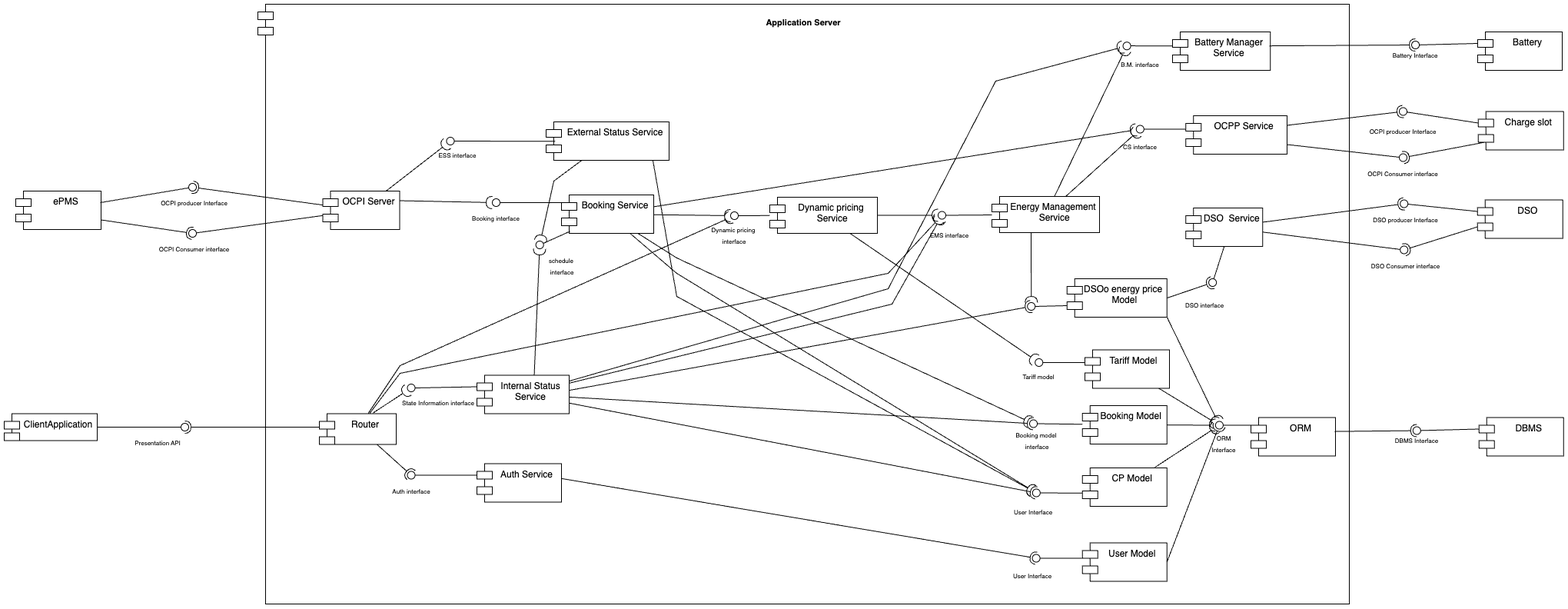
Before: DD_CPMS/images/component_diagrams/component_diagram.png, a diagram exported from draw.io (FredBonux/BonoCipollone). Source tidied: cells renumbered, new cells last; positions are measured from the earlier drawing's top-left corner, leaving out a move shared by most shapes.
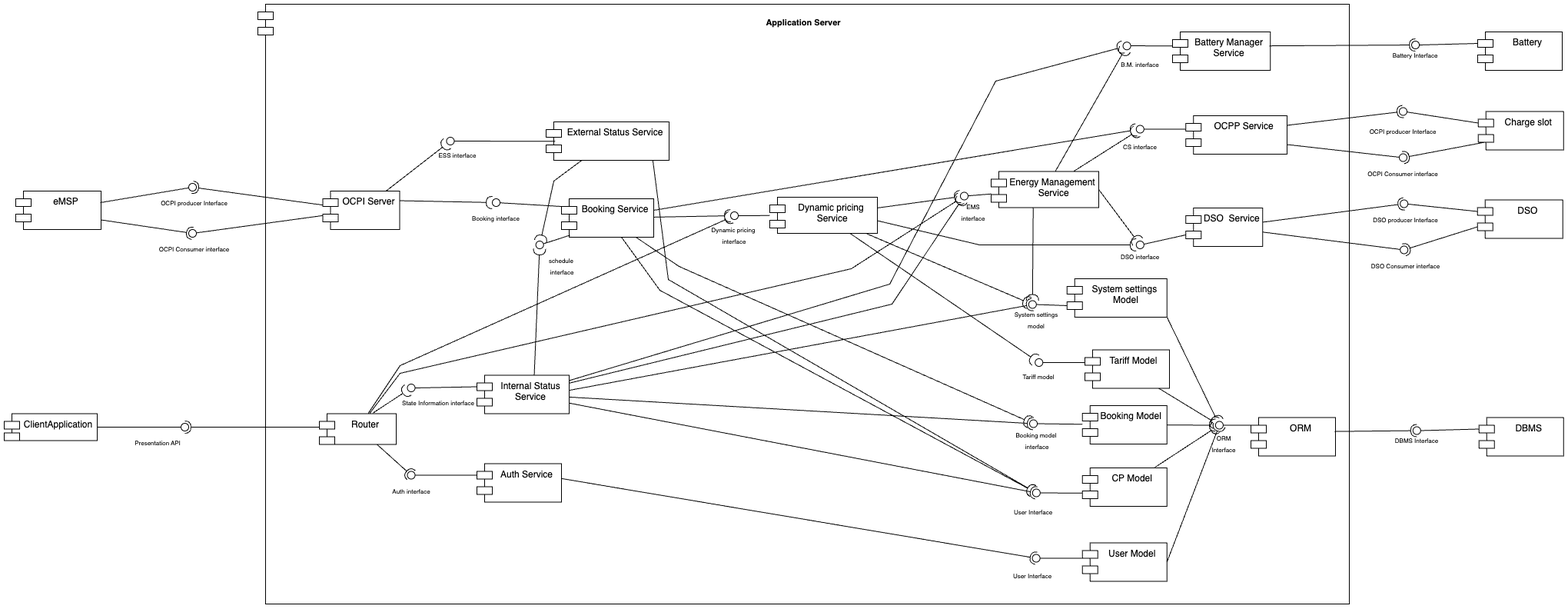
Above is the later version.

Change to the diagram source:
```diff
@@ -9,7 +9,7 @@
       <mxGeometry relative="1" as="geometry">
         <Array as="points">
           <mxPoint x="515" y="480" />
-          <mxPoint x="1150" y="350" />
+          <mxPoint x="1102" y="344" />
         </Array>
       </mxGeometry>
     </mxCell>
@@ -49,7 +49,7 @@
     <mxCell id="13" value="OCPI Server" style="shape=module;align=left;spacingLeft=20;align=center;verticalAlign=top;" parent="1" vertex="1">
       <mxGeometry x="414.5" y="243" width="100" height="50" as="geometry" />
     </mxCell>
-    <mxCell id="14" value="ePMS" style="shape=module;align=left;spacingLeft=20;align=center;verticalAlign=top;" parent="1" vertex="1">
+    <mxCell id="14" value="eMSP&#10;" style="shape=module;align=left;spacingLeft=20;align=center;verticalAlign=top;" parent="1" vertex="1">
       <mxGeometry x="15" y="243" width="111" height="50" as="geometry" />
     </mxCell>
     <mxCell id="15" style="rounded=0;jettySize=auto;html=1;endArrow=none;endFill=0;sketch=0;sourcePerimeterSpacing=0;targetPerimeterSpacing=0;fontSize=8;" parent="1" edge="1" target="17">
@@ -180,7 +180,7 @@
     <mxCell id="54" style="edgeStyle=none;rounded=0;jettySize=auto;html=1;fontSize=11;startArrow=none;startFill=0;endArrow=halfCircle;endFill=0;" parent="1" edge="1" source="55" target="141">
       <mxGeometry relative="1" as="geometry">
         <Array as="points">
-          <mxPoint x="1150" y="370" />
+          <mxPoint x="1152" y="364" />
           <mxPoint x="1290" y="100" />
         </Array>
       </mxGeometry>
@@ -253,7 +253,7 @@
     <mxCell id="76" style="edgeStyle=none;rounded=0;orthogonalLoop=1;jettySize=auto;html=1;exitX=0.75;exitY=1;exitDx=0;exitDy=0;fontSize=8;endArrow=none;endFill=0;" parent="1" edge="1" source="67" target="67">
       <mxGeometry relative="1" as="geometry" />
     </mxCell>
-    <mxCell id="77" value="DSOo energy price &#10;Model" style="shape=module;align=left;spacingLeft=20;align=center;verticalAlign=top;" parent="1" vertex="1">
+    <mxCell id="77" value="System settings&#10; Model" style="shape=module;align=left;spacingLeft=20;align=center;verticalAlign=top;" parent="1" vertex="1">
       <mxGeometry x="1382.8" y="357" width="130" height="50" as="geometry" />
     </mxCell>
     <mxCell id="78" style="rounded=0;jettySize=auto;html=1;endArrow=none;endFill=0;sketch=0;sourcePerimeterSpacing=0;targetPerimeterSpacing=0;exitX=0;exitY=0;exitDx=0;exitDy=35;exitPerimeter=0;" parent="1" edge="1" source="77" target="80">
@@ -263,15 +263,12 @@
       <mxGeometry relative="1" as="geometry" />
     </mxCell>
     <mxCell id="80" style="ellipse;whiteSpace=wrap;html=1;align=center;points=[];outlineConnect=0;sketch=0;" parent="1" vertex="1">
-      <mxGeometry x="1331.2" y="388" width="10" height="10" as="geometry" />
+      <mxGeometry x="1332.8" y="385.5" width="10" height="10" as="geometry" />
     </mxCell>
-    <mxCell id="81" style="rounded=0;jettySize=auto;html=1;endArrow=halfCircle;endFill=0;entryX=0.5;entryY=0.5;endSize=6;strokeWidth=1;sketch=0;exitX=1;exitY=0.5;exitDx=0;exitDy=0;" parent="1" edge="1" source="77" target="82">
-      <mxGeometry relative="1" as="geometry" />
-    </mxCell>
     <mxCell id="82" style="ellipse;whiteSpace=wrap;html=1;align=center;points=[];outlineConnect=0;sketch=0;" parent="1" vertex="1">
-      <mxGeometry x="1567.1" y="357" width="10" height="10" as="geometry" />
+      <mxGeometry x="1472.8" y="308" width="10" height="10" as="geometry" />
     </mxCell>
-    <mxCell id="83" style="endArrow=none;html=1;rounded=0;fontSize=8;exitX=0.5;exitY=1;exitDx=0;exitDy=0;" parent="1" edge="1" source="66" target="82">
+    <mxCell id="83" style="endArrow=none;html=1;rounded=0;fontSize=8;exitX=0;exitY=0;exitDx=0;exitDy=35;exitPerimeter=0;" parent="1" edge="1" source="66" target="82">
       <mxGeometry relative="1" as="geometry" />
     </mxCell>
     <mxCell id="84" value="Booking Model " style="shape=module;align=left;spacingLeft=20;align=center;verticalAlign=top;" parent="1" vertex="1">
@@ -292,14 +289,14 @@
     <mxCell id="89" style="edgeStyle=none;rounded=0;jettySize=auto;html=1;fontSize=8;endArrow=halfCircle;endFill=0;" parent="1" edge="1" source="92" target="87">
       <mxGeometry relative="1" as="geometry">
         <Array as="points">
-          <mxPoint x="875" y="330" />
+          <mxPoint x="878" y="341" />
         </Array>
       </mxGeometry>
     </mxCell>
     <mxCell id="90" style="edgeStyle=none;rounded=0;jettySize=auto;html=1;fontSize=8;endArrow=halfCircle;endFill=0;" parent="1" edge="1" source="92" target="63">
       <mxGeometry relative="1" as="geometry">
         <Array as="points">
-          <mxPoint x="875" y="350" />
+          <mxPoint x="853" y="372" />
         </Array>
       </mxGeometry>
     </mxCell>
@@ -307,7 +304,7 @@
       <mxGeometry relative="1" as="geometry" />
     </mxCell>
     <mxCell id="92" value="Booking Service" style="shape=module;align=left;spacingLeft=20;align=center;verticalAlign=top;" parent="1" vertex="1">
-      <mxGeometry x="725" y="248" width="120" height="50" as="geometry" />
+      <mxGeometry x="725" y="253" width="120" height="50" as="geometry" />
     </mxCell>
     <mxCell id="93" style="rounded=0;jettySize=auto;html=1;endArrow=none;endFill=0;sketch=0;sourcePerimeterSpacing=0;targetPerimeterSpacing=0;exitX=-0.004;exitY=0.2;exitDx=0;exitDy=0;exitPerimeter=0;" parent="1" edge="1" source="92" target="94">
       <mxGeometry relative="1" as="geometry" />
@@ -357,12 +354,10 @@
       <mxGeometry x="1442.8" y="180" width="70" height="10" as="geometry" />
     </mxCell>
     <mxCell id="108" value="&lt;span style=&quot;font-size: 8px;&quot;&gt;DSO interface&lt;/span&gt;" style="text;html=1;strokeColor=none;fillColor=none;align=center;verticalAlign=middle;whiteSpace=wrap;rounded=0;" parent="1" vertex="1">
-      <mxGeometry x="1527.4" y="385.5" width="70" height="10" as="geometry" />
+      <mxGeometry x="1442.7" y="323" width="70" height="10" as="geometry" />
     </mxCell>
-    <mxCell id="109" style="edgeStyle=none;rounded=0;jettySize=auto;html=1;fontSize=8;startArrow=none;startFill=0;endArrow=halfCircle;endFill=0;" parent="1" edge="1" target="80">
-      <mxGeometry relative="1" as="geometry">
-        <mxPoint x="1336" y="297" as="sourcePoint" />
-      </mxGeometry>
+    <mxCell id="109" style="edgeStyle=none;rounded=0;jettySize=auto;html=1;fontSize=8;startArrow=none;startFill=0;endArrow=halfCircle;endFill=0;exitX=0.391;exitY=0.978;exitDx=0;exitDy=0;exitPerimeter=0;" parent="1" edge="1" source="112" target="80">
+      <mxGeometry relative="1" as="geometry" />
     </mxCell>
     <mxCell id="110" style="edgeStyle=none;rounded=0;jettySize=auto;html=1;fontSize=8;startArrow=none;startFill=0;endArrow=halfCircle;endFill=0;" parent="1" edge="1" source="112" target="105">
       <mxGeometry relative="1" as="geometry" />
@@ -371,16 +366,16 @@
       <mxGeometry relative="1" as="geometry" />
     </mxCell>
     <mxCell id="112" value="Energy Management&#10; Service" style="shape=module;align=left;spacingLeft=20;align=center;verticalAlign=top;" parent="1" vertex="1">
-      <mxGeometry x="1285" y="250" width="140" height="47" as="geometry" />
+      <mxGeometry x="1284" y="217.5" width="140" height="47" as="geometry" />
     </mxCell>
     <mxCell id="113" style="rounded=0;jettySize=auto;html=1;endArrow=none;endFill=0;sketch=0;sourcePerimeterSpacing=0;targetPerimeterSpacing=0;" parent="1" edge="1" source="112" target="114">
       <mxGeometry relative="1" as="geometry" />
     </mxCell>
     <mxCell id="114" style="ellipse;whiteSpace=wrap;html=1;align=center;points=[];outlineConnect=0;sketch=0;" parent="1" vertex="1">
-      <mxGeometry x="1215" y="269.5" width="10" height="10" as="geometry" />
+      <mxGeometry x="1244" y="244.5" width="10" height="10" as="geometry" />
     </mxCell>
-    <mxCell id="115" value="&lt;font style=&quot;font-size: 8px;&quot;&gt;EMS interface&lt;/font&gt;" style="text;html=1;strokeColor=none;fillColor=none;align=center;verticalAlign=middle;whiteSpace=wrap;rounded=0;" parent="1" vertex="1">
-      <mxGeometry x="1195" y="295" width="70" height="10" as="geometry" />
+    <mxCell id="115" value="&lt;font style=&quot;font-size: 8px;&quot;&gt;EMS &lt;br&gt;interface&lt;/font&gt;" style="text;html=1;strokeColor=none;fillColor=none;align=center;verticalAlign=middle;whiteSpace=wrap;rounded=0;" parent="1" vertex="1">
+      <mxGeometry x="1226" y="265" width="70" height="10" as="geometry" />
     </mxCell>
     <mxCell id="116" style="edgeStyle=none;rounded=0;jettySize=auto;html=1;fontSize=8;startArrow=none;startFill=0;endArrow=halfCircle;endFill=0;" parent="1" edge="1" source="118" target="97">
       <mxGeometry relative="1" as="geometry">
@@ -392,7 +387,7 @@
     <mxCell id="117" style="edgeStyle=none;rounded=0;jettySize=auto;html=1;fontSize=8;startArrow=none;startFill=0;endArrow=halfCircle;endFill=0;exitX=0.867;exitY=0.978;exitDx=0;exitDy=0;exitPerimeter=0;" parent="1" edge="1" source="118" target="63">
       <mxGeometry relative="1" as="geometry">
         <Array as="points">
-          <mxPoint x="875" y="380" />
+          <mxPoint x="864" y="358" />
         </Array>
       </mxGeometry>
     </mxCell>
@@ -475,5 +470,22 @@
     <mxCell id="142" value="&lt;span style=&quot;font-size: 8px;&quot;&gt;B.M. interface&lt;/span&gt;" style="text;html=1;strokeColor=none;fillColor=none;align=center;verticalAlign=middle;whiteSpace=wrap;rounded=0;" parent="1" vertex="1">
       <mxGeometry x="1442.7" y="73" width="70" height="10" as="geometry" />
     </mxCell>
+    <mxCell id="143" value="&lt;font style=&quot;font-size: 8px;&quot;&gt;System settings model&lt;/font&gt;" style="text;html=1;strokeColor=none;fillColor=none;align=center;verticalAlign=middle;whiteSpace=wrap;rounded=0;" parent="1" vertex="1">
+      <mxGeometry x="1311.6" y="404" width="62.3" height="11.5" as="geometry" />
+    </mxCell>
+    <mxCell id="144" style="rounded=0;jettySize=auto;html=1;endArrow=halfCircle;endFill=0;endSize=6;strokeWidth=1;sketch=0;fontSize=8;exitX=1;exitY=0.5;exitDx=0;exitDy=0;" parent="1" edge="1" source="112" target="82">
+      <mxGeometry relative="1" as="geometry" />
+    </mxCell>
+    <mxCell id="145" style="rounded=0;jettySize=auto;html=1;endArrow=halfCircle;endFill=0;endSize=6;strokeWidth=1;sketch=0;fontSize=8;exitX=1;exitY=0.5;exitDx=0;exitDy=0;" parent="1" edge="1" target="82">
+      <mxGeometry relative="1" as="geometry">
+        <mxPoint x="1136" y="281.5" as="sourcePoint" />
+        <Array as="points">
+          <mxPoint x="1269" y="313" />
+        </Array>
+      </mxGeometry>
+    </mxCell>
+    <mxCell id="146" style="edgeStyle=none;rounded=0;jettySize=auto;html=1;fontSize=8;startArrow=none;startFill=0;endArrow=halfCircle;endFill=0;" parent="1" edge="1" source="129" target="80">
+      <mxGeometry relative="1" as="geometry" />
+    </mxCell>
   </root>
 </mxGraphModel>
```
